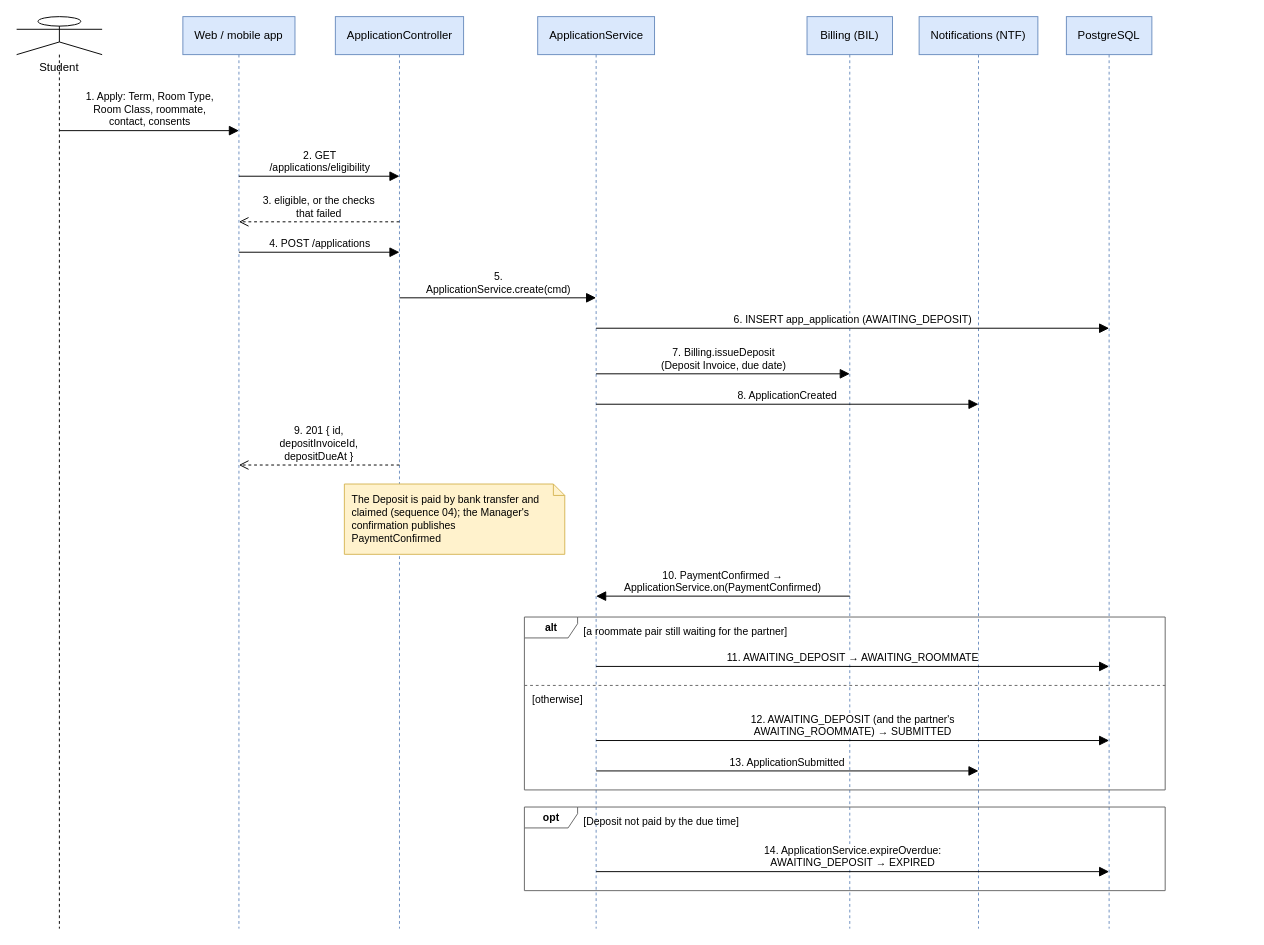
tisou47/CampusStay-FPT keeps this draw.io diagram as docs/Diagrams/07_Sequence/seq-02-apply-with-deposit.drawio. Above is the earlier version. Source tidied: cells renumbered, new cells numbered last; positions are measured from the earlier drawing's top-left corner, leaving out a move shared by most shapes. Both pictures are drawn from the tidied source at 95%, with x=0, y=0 at pixel (16, 16).
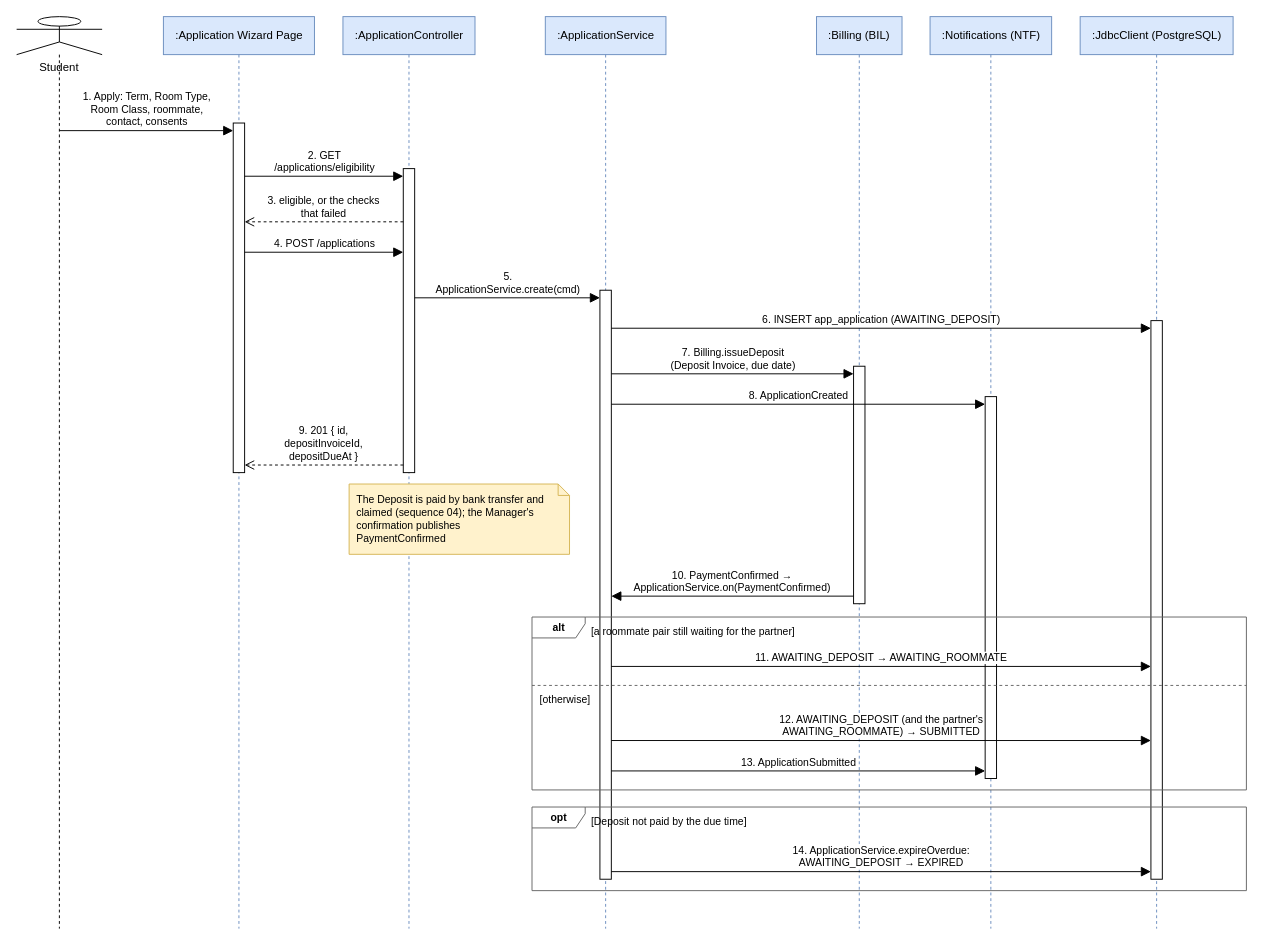
Above is the later version.

Diff of the diagram source:
```diff
@@
-    <mxCell id="3" value="Web / mobile app" style="shape=umlLifeline;perimeter=lifelinePerimeter;size=40;html=1;whiteSpace=wrap;fontSize=12;fontFamily=Helvetica;fillColor=#dae8fc;strokeColor=#6c8ebf;" parent="1" vertex="1">
-      <mxGeometry x="175" width="118" height="960" as="geometry" />
-    </mxCell>
+    <mxCell id="30" value=":Application Wizard Page" style="shape=umlLifeline;perimeter=lifelinePerimeter;size=40;html=1;whiteSpace=wrap;fontSize=12;fontFamily=Helvetica;fillColor=#dae8fc;strokeColor=#6c8ebf;" parent="1" vertex="1">
+      <mxGeometry x="154.5" width="159" height="960" as="geometry" />
+    </mxCell>
-    <mxCell id="4" value="ApplicationController" style="shape=umlLifeline;perimeter=lifelinePerimeter;size=40;html=1;whiteSpace=wrap;fontSize=12;fontFamily=Helvetica;fillColor=#dae8fc;strokeColor=#6c8ebf;" parent="1" vertex="1">
-      <mxGeometry x="335.5" width="135" height="960" as="geometry" />
+    <mxCell id="4" value=":ApplicationController" style="shape=umlLifeline;perimeter=lifelinePerimeter;size=40;html=1;whiteSpace=wrap;fontSize=12;fontFamily=Helvetica;fillColor=#dae8fc;strokeColor=#6c8ebf;" parent="1" vertex="1">
+      <mxGeometry x="343.5" width="139" height="960" as="geometry" />
     </mxCell>
-    <mxCell id="5" value="ApplicationService" style="shape=umlLifeline;perimeter=lifelinePerimeter;size=40;html=1;whiteSpace=wrap;fontSize=12;fontFamily=Helvetica;fillColor=#dae8fc;strokeColor=#6c8ebf;" parent="1" vertex="1">
-      <mxGeometry x="548.5" width="123" height="960" as="geometry" />
+    <mxCell id="5" value=":ApplicationService" style="shape=umlLifeline;perimeter=lifelinePerimeter;size=40;html=1;whiteSpace=wrap;fontSize=12;fontFamily=Helvetica;fillColor=#dae8fc;strokeColor=#6c8ebf;" parent="1" vertex="1">
+      <mxGeometry x="556.5" width="127" height="960" as="geometry" />
     </mxCell>
-    <mxCell id="6" value="Billing (BIL)" style="shape=umlLifeline;perimeter=lifelinePerimeter;size=40;html=1;whiteSpace=wrap;fontSize=12;fontFamily=Helvetica;fillColor=#dae8fc;strokeColor=#6c8ebf;" parent="1" vertex="1">
-      <mxGeometry x="832" width="90" height="960" as="geometry" />
+    <mxCell id="6" value=":Billing (BIL)" style="shape=umlLifeline;perimeter=lifelinePerimeter;size=40;html=1;whiteSpace=wrap;fontSize=12;fontFamily=Helvetica;fillColor=#dae8fc;strokeColor=#6c8ebf;" parent="1" vertex="1">
+      <mxGeometry x="842" width="90" height="960" as="geometry" />
     </mxCell>
-    <mxCell id="7" value="Notifications (NTF)" style="shape=umlLifeline;perimeter=lifelinePerimeter;size=40;html=1;whiteSpace=wrap;fontSize=12;fontFamily=Helvetica;fillColor=#dae8fc;strokeColor=#6c8ebf;" parent="1" vertex="1">
-      <mxGeometry x="950" width="125" height="960" as="geometry" />
+    <mxCell id="7" value=":Notifications (NTF)" style="shape=umlLifeline;perimeter=lifelinePerimeter;size=40;html=1;whiteSpace=wrap;fontSize=12;fontFamily=Helvetica;fillColor=#dae8fc;strokeColor=#6c8ebf;" parent="1" vertex="1">
+      <mxGeometry x="961.5" width="128" height="960" as="geometry" />
     </mxCell>
-    <mxCell id="8" value="PostgreSQL" style="shape=umlLifeline;perimeter=lifelinePerimeter;size=40;html=1;whiteSpace=wrap;fontSize=12;fontFamily=Helvetica;fillColor=#dae8fc;strokeColor=#6c8ebf;" parent="1" vertex="1">
-      <mxGeometry x="1105" width="90" height="960" as="geometry" />
+    <mxCell id="8" value=":JdbcClient (PostgreSQL)" style="shape=umlLifeline;perimeter=lifelinePerimeter;size=40;html=1;whiteSpace=wrap;fontSize=12;fontFamily=Helvetica;fillColor=#dae8fc;strokeColor=#6c8ebf;" parent="1" vertex="1">
+      <mxGeometry x="1119.5" width="161" height="960" as="geometry" />
     </mxCell>
-    <mxCell id="9" value="1. Apply: Term, Room Type,&lt;br&gt;Room Class, roommate,&lt;br&gt;contact, consents" style="html=1;rounded=1;fontSize=11;fontFamily=Helvetica;labelBackgroundColor=#ffffff;verticalAlign=bottom;endArrow=block;endFill=1;endSize=8;" parent="1" edge="1">
-      <mxGeometry relative="1" as="geometry">
-        <mxPoint x="45" y="120" as="sourcePoint" />
-        <mxPoint x="234" y="120" as="targetPoint" />
-      </mxGeometry>
+    <mxCell id="9" style="rounded=0;whiteSpace=wrap;html=1;fillColor=#FFFFFF;strokeColor=#000000;" parent="1" vertex="1">
+      <mxGeometry x="228" y="112" width="12" height="368" as="geometry" />
     </mxCell>
-    <mxCell id="10" value="2. GET&lt;br&gt;/applications/eligibility" style="html=1;rounded=1;fontSize=11;fontFamily=Helvetica;labelBackgroundColor=#ffffff;verticalAlign=bottom;endArrow=block;endFill=1;endSize=8;" parent="1" edge="1">
-      <mxGeometry relative="1" as="geometry">
-        <mxPoint x="234" y="168" as="sourcePoint" />
-        <mxPoint x="403" y="168" as="targetPoint" />
-      </mxGeometry>
+    <mxCell id="10" style="rounded=0;whiteSpace=wrap;html=1;fillColor=#FFFFFF;strokeColor=#000000;" parent="1" vertex="1">
+      <mxGeometry x="407" y="160" width="12" height="320" as="geometry" />
     </mxCell>
-    <mxCell id="11" value="3. eligible, or the checks&lt;br&gt;that failed" style="html=1;rounded=1;fontSize=11;fontFamily=Helvetica;labelBackgroundColor=#ffffff;verticalAlign=bottom;dashed=1;endArrow=open;endFill=0;endSize=8;" parent="1" edge="1">
-      <mxGeometry relative="1" as="geometry">
-        <mxPoint x="403" y="216" as="sourcePoint" />
-        <mxPoint x="234" y="216" as="targetPoint" />
-      </mxGeometry>
+    <mxCell id="11" style="rounded=0;whiteSpace=wrap;html=1;fillColor=#FFFFFF;strokeColor=#000000;" parent="1" vertex="1">
+      <mxGeometry x="614" y="288" width="12" height="620" as="geometry" />
     </mxCell>
-    <mxCell id="12" value="4. POST /applications" style="html=1;rounded=1;fontSize=11;fontFamily=Helvetica;labelBackgroundColor=#ffffff;verticalAlign=bottom;endArrow=block;endFill=1;endSize=8;" parent="1" edge="1">
-      <mxGeometry relative="1" as="geometry">
-        <mxPoint x="234" y="248" as="sourcePoint" />
-        <mxPoint x="403" y="248" as="targetPoint" />
-      </mxGeometry>
+    <mxCell id="12" style="rounded=0;whiteSpace=wrap;html=1;fillColor=#FFFFFF;strokeColor=#000000;" parent="1" vertex="1">
+      <mxGeometry x="1194" y="320" width="12" height="588" as="geometry" />
     </mxCell>
-    <mxCell id="13" value="5.&lt;br&gt;ApplicationService.create(cmd)" style="html=1;rounded=1;fontSize=11;fontFamily=Helvetica;labelBackgroundColor=#ffffff;verticalAlign=bottom;endArrow=block;endFill=1;endSize=8;" parent="1" edge="1">
-      <mxGeometry relative="1" as="geometry">
-        <mxPoint x="403" y="296" as="sourcePoint" />
-        <mxPoint x="610" y="296" as="targetPoint" />
-      </mxGeometry>
+    <mxCell id="13" style="rounded=0;whiteSpace=wrap;html=1;fillColor=#FFFFFF;strokeColor=#000000;" parent="1" vertex="1">
+      <mxGeometry x="881" y="368" width="12" height="250" as="geometry" />
     </mxCell>
-    <mxCell id="14" value="6. INSERT app_application (AWAITING_DEPOSIT)" style="html=1;rounded=1;fontSize=11;fontFamily=Helvetica;labelBackgroundColor=#ffffff;verticalAlign=bottom;endArrow=block;endFill=1;endSize=8;" parent="1" edge="1">
-      <mxGeometry relative="1" as="geometry">
-        <mxPoint x="610" y="328" as="sourcePoint" />
-        <mxPoint x="1150" y="328" as="targetPoint" />
-      </mxGeometry>
+    <mxCell id="14" style="rounded=0;whiteSpace=wrap;html=1;fillColor=#FFFFFF;strokeColor=#000000;" parent="1" vertex="1">
+      <mxGeometry x="1019.5" y="400" width="12" height="402" as="geometry" />
     </mxCell>
-    <mxCell id="15" value="7. Billing.issueDeposit&lt;br&gt;(Deposit Invoice, due date)" style="html=1;rounded=1;fontSize=11;fontFamily=Helvetica;labelBackgroundColor=#ffffff;verticalAlign=bottom;endArrow=block;endFill=1;endSize=8;" parent="1" edge="1">
+    <mxCell id="15" value="1. Apply: Term, Room Type,&lt;br&gt;Room Class, roommate,&lt;br&gt;contact, consents" style="html=1;rounded=1;fontSize=11;fontFamily=Helvetica;labelBackgroundColor=#ffffff;verticalAlign=bottom;endArrow=block;endFill=1;endSize=8;" parent="1" edge="1">
       <mxGeometry relative="1" as="geometry">
-        <mxPoint x="610" y="376" as="sourcePoint" />
-        <mxPoint x="877" y="376" as="targetPoint" />
+        <mxPoint x="45" y="120" as="sourcePoint" />
+        <mxPoint x="228" y="120" as="targetPoint" />
       </mxGeometry>
     </mxCell>
-    <mxCell id="16" value="8. ApplicationCreated" style="html=1;rounded=1;fontSize=11;fontFamily=Helvetica;labelBackgroundColor=#ffffff;verticalAlign=bottom;endArrow=block;endFill=1;endSize=8;" parent="1" edge="1">
+    <mxCell id="16" value="2. GET&lt;br&gt;/applications/eligibility" style="html=1;rounded=1;fontSize=11;fontFamily=Helvetica;labelBackgroundColor=#ffffff;verticalAlign=bottom;endArrow=block;endFill=1;endSize=8;" parent="1" edge="1">
       <mxGeometry relative="1" as="geometry">
-        <mxPoint x="610" y="408" as="sourcePoint" />
-        <mxPoint x="1012.5" y="408" as="targetPoint" />
+        <mxPoint x="240" y="168" as="sourcePoint" />
+        <mxPoint x="407" y="168" as="targetPoint" />
       </mxGeometry>
     </mxCell>
-    <mxCell id="17" value="9. 201 { id,&lt;br&gt;depositInvoiceId,&lt;br&gt;depositDueAt }" style="html=1;rounded=1;fontSize=11;fontFamily=Helvetica;labelBackgroundColor=#ffffff;verticalAlign=bottom;dashed=1;endArrow=open;endFill=0;endSize=8;" parent="1" edge="1">
+    <mxCell id="17" value="3. eligible, or the checks&lt;br&gt;that failed" style="html=1;rounded=1;fontSize=11;fontFamily=Helvetica;labelBackgroundColor=#ffffff;verticalAlign=bottom;dashed=1;endArrow=open;endFill=0;endSize=8;" parent="1" edge="1">
       <mxGeometry relative="1" as="geometry">
-        <mxPoint x="403" y="472" as="sourcePoint" />
-        <mxPoint x="234" y="472" as="targetPoint" />
+        <mxPoint x="407" y="216" as="sourcePoint" />
+        <mxPoint x="240" y="216" as="targetPoint" />
       </mxGeometry>
     </mxCell>
-    <mxCell id="18" value="The Deposit is paid by bank transfer and&lt;br&gt;claimed (sequence 04); the Manager's&lt;br&gt;confirmation publishes&lt;br&gt;PaymentConfirmed" style="shape=note;size=12;html=1;whiteSpace=wrap;fontSize=12;fontFamily=Helvetica;fillColor=#fff2cc;strokeColor=#d6b656;fontSize=11;align=left;spacingLeft=6;" parent="1" vertex="1">
-      <mxGeometry x="345" y="492" width="232" height="74" as="geometry" />
+    <mxCell id="18" value="4. POST /applications" style="html=1;rounded=1;fontSize=11;fontFamily=Helvetica;labelBackgroundColor=#ffffff;verticalAlign=bottom;endArrow=block;endFill=1;endSize=8;" parent="1" edge="1">
+      <mxGeometry relative="1" as="geometry">
+        <mxPoint x="240" y="248" as="sourcePoint" />
+        <mxPoint x="407" y="248" as="targetPoint" />
+      </mxGeometry>
     </mxCell>
-    <mxCell id="19" value="10. PaymentConfirmed →&lt;br&gt;ApplicationService.on(PaymentConfirmed)" style="html=1;rounded=1;fontSize=11;fontFamily=Helvetica;labelBackgroundColor=#ffffff;verticalAlign=bottom;endArrow=block;endFill=1;endSize=8;" parent="1" edge="1">
+    <mxCell id="19" value="5.&lt;br&gt;ApplicationService.create(cmd)" style="html=1;rounded=1;fontSize=11;fontFamily=Helvetica;labelBackgroundColor=#ffffff;verticalAlign=bottom;endArrow=block;endFill=1;endSize=8;" parent="1" edge="1">
       <mxGeometry relative="1" as="geometry">
-        <mxPoint x="877" y="610" as="sourcePoint" />
-        <mxPoint x="610" y="610" as="targetPoint" />
+        <mxPoint x="419" y="296" as="sourcePoint" />
+        <mxPoint x="614" y="296" as="targetPoint" />
       </mxGeometry>
     </mxCell>
-    <mxCell id="20" value="11. AWAITING_DEPOSIT → AWAITING_ROOMMATE" style="html=1;rounded=1;fontSize=11;fontFamily=Helvetica;labelBackgroundColor=#ffffff;verticalAlign=bottom;endArrow=block;endFill=1;endSize=8;" parent="1" edge="1">
+    <mxCell id="20" value="6. INSERT app_application (AWAITING_DEPOSIT)" style="html=1;rounded=1;fontSize=11;fontFamily=Helvetica;labelBackgroundColor=#ffffff;verticalAlign=bottom;endArrow=block;endFill=1;endSize=8;" parent="1" edge="1">
       <mxGeometry relative="1" as="geometry">
-        <mxPoint x="610" y="684" as="sourcePoint" />
-        <mxPoint x="1150" y="684" as="targetPoint" />
+        <mxPoint x="626" y="328" as="sourcePoint" />
+        <mxPoint x="1194" y="328" as="targetPoint" />
       </mxGeometry>
     </mxCell>
-    <mxCell id="21" value="12. AWAITING_DEPOSIT (and the partner's&lt;br&gt;AWAITING_ROOMMATE) → SUBMITTED" style="html=1;rounded=1;fontSize=11;fontFamily=Helvetica;labelBackgroundColor=#ffffff;verticalAlign=bottom;endArrow=block;endFill=1;endSize=8;" parent="1" edge="1">
+    <mxCell id="21" value="7. Billing.issueDeposit&lt;br&gt;(Deposit Invoice, due date)" style="html=1;rounded=1;fontSize=11;fontFamily=Helvetica;labelBackgroundColor=#ffffff;verticalAlign=bottom;endArrow=block;endFill=1;endSize=8;" parent="1" edge="1">
       <mxGeometry relative="1" as="geometry">
-        <mxPoint x="610" y="762" as="sourcePoint" />
-        <mxPoint x="1150" y="762" as="targetPoint" />
+        <mxPoint x="626" y="376" as="sourcePoint" />
+        <mxPoint x="881" y="376" as="targetPoint" />
       </mxGeometry>
     </mxCell>
-    <mxCell id="22" value="13. ApplicationSubmitted" style="html=1;rounded=1;fontSize=11;fontFamily=Helvetica;labelBackgroundColor=#ffffff;verticalAlign=bottom;endArrow=block;endFill=1;endSize=8;" parent="1" edge="1">
+    <mxCell id="22" value="8. ApplicationCreated" style="html=1;rounded=1;fontSize=11;fontFamily=Helvetica;labelBackgroundColor=#ffffff;verticalAlign=bottom;endArrow=block;endFill=1;endSize=8;" parent="1" edge="1">
       <mxGeometry relative="1" as="geometry">
-        <mxPoint x="610" y="794" as="sourcePoint" />
-        <mxPoint x="1012.5" y="794" as="targetPoint" />
+        <mxPoint x="626" y="408" as="sourcePoint" />
+        <mxPoint x="1019.5" y="408" as="targetPoint" />
       </mxGeometry>
     </mxCell>
-    <mxCell id="23" value="alt" style="shape=umlFrame;whiteSpace=wrap;html=1;width=56;height=22;fontSize=11;fontStyle=1;fillColor=none;strokeColor=#666666;" parent="1" vertex="1">
-      <mxGeometry x="534.5" y="632" width="674.5" height="182" as="geometry" />
+    <mxCell id="23" value="9. 201 { id,&lt;br&gt;depositInvoiceId,&lt;br&gt;depositDueAt }" style="html=1;rounded=1;fontSize=11;fontFamily=Helvetica;labelBackgroundColor=#ffffff;verticalAlign=bottom;dashed=1;endArrow=open;endFill=0;endSize=8;" parent="1" edge="1">
+      <mxGeometry relative="1" as="geometry">
+        <mxPoint x="407" y="472" as="sourcePoint" />
+        <mxPoint x="240" y="472" as="targetPoint" />
+      </mxGeometry>
     </mxCell>
-    <mxCell id="24" value="[a roommate pair still waiting for the partner]" style="text;html=1;whiteSpace=wrap;fontSize=12;fontFamily=Helvetica;align=left;verticalAlign=top;fillColor=none;strokeColor=none;fontSize=11;" parent="1" vertex="1">
-      <mxGeometry x="594.5" y="634" width="257.4" height="20" as="geometry" />
+    <mxCell id="24" value="The Deposit is paid by bank transfer and&lt;br&gt;claimed (sequence 04); the Manager's&lt;br&gt;confirmation publishes&lt;br&gt;PaymentConfirmed" style="shape=note;size=12;html=1;whiteSpace=wrap;fontSize=12;fontFamily=Helvetica;fillColor=#fff2cc;strokeColor=#d6b656;fontSize=11;align=left;spacingLeft=6;" parent="1" vertex="1">
+      <mxGeometry x="350" y="492" width="232" height="74" as="geometry" />
     </mxCell>
-    <mxCell id="25" style="html=1;rounded=1;fontSize=11;fontFamily=Helvetica;labelBackgroundColor=#ffffff;endArrow=none;dashed=1;strokeColor=#666666;" parent="1" edge="1">
+    <mxCell id="25" value="10. PaymentConfirmed →&lt;br&gt;ApplicationService.on(PaymentConfirmed)" style="html=1;rounded=1;fontSize=11;fontFamily=Helvetica;labelBackgroundColor=#ffffff;verticalAlign=bottom;endArrow=block;endFill=1;endSize=8;" parent="1" edge="1">
       <mxGeometry relative="1" as="geometry">
-        <mxPoint x="534.5" y="704" as="sourcePoint" />
-        <mxPoint x="1209" y="704" as="targetPoint" />
+        <mxPoint x="881" y="610" as="sourcePoint" />
+        <mxPoint x="626" y="610" as="targetPoint" />
       </mxGeometry>
     </mxCell>
-    <mxCell id="26" value="[otherwise]" style="text;html=1;whiteSpace=wrap;fontSize=12;fontFamily=Helvetica;align=left;verticalAlign=top;fillColor=none;strokeColor=none;fontSize=11;" parent="1" vertex="1">
-      <mxGeometry x="540.5" y="706" width="81.4" height="20" as="geometry" />
+    <mxCell id="26" value="11. AWAITING_DEPOSIT → AWAITING_ROOMMATE" style="html=1;rounded=1;fontSize=11;fontFamily=Helvetica;labelBackgroundColor=#ffffff;verticalAlign=bottom;endArrow=block;endFill=1;endSize=8;" parent="1" edge="1">
+      <mxGeometry relative="1" as="geometry">
+        <mxPoint x="626" y="684" as="sourcePoint" />
+        <mxPoint x="1194" y="684" as="targetPoint" />
+      </mxGeometry>
     </mxCell>
-    <mxCell id="27" value="14. ApplicationService.expireOverdue:&lt;br&gt;AWAITING_DEPOSIT → EXPIRED" style="html=1;rounded=1;fontSize=11;fontFamily=Helvetica;labelBackgroundColor=#ffffff;verticalAlign=bottom;endArrow=block;endFill=1;endSize=8;" parent="1" edge="1">
+    <mxCell id="27" value="12. AWAITING_DEPOSIT (and the partner's&lt;br&gt;AWAITING_ROOMMATE) → SUBMITTED" style="html=1;rounded=1;fontSize=11;fontFamily=Helvetica;labelBackgroundColor=#ffffff;verticalAlign=bottom;endArrow=block;endFill=1;endSize=8;" parent="1" edge="1">
       <mxGeometry relative="1" as="geometry">
-        <mxPoint x="610" y="900" as="sourcePoint" />
-        <mxPoint x="1150" y="900" as="targetPoint" />
+        <mxPoint x="626" y="762" as="sourcePoint" />
+        <mxPoint x="1194" y="762" as="targetPoint" />
       </mxGeometry>
     </mxCell>
-    <mxCell id="28" value="opt" style="shape=umlFrame;whiteSpace=wrap;html=1;width=56;height=22;fontSize=11;fontStyle=1;fillColor=none;strokeColor=#666666;" parent="1" vertex="1">
-      <mxGeometry x="534.5" y="832" width="674.5" height="88" as="geometry" />
+    <mxCell id="28" value="13. ApplicationSubmitted" style="html=1;rounded=1;fontSize=11;fontFamily=Helvetica;labelBackgroundColor=#ffffff;verticalAlign=bottom;endArrow=block;endFill=1;endSize=8;" parent="1" edge="1">
+      <mxGeometry relative="1" as="geometry">
+        <mxPoint x="626" y="794" as="sourcePoint" />
+        <mxPoint x="1019.5" y="794" as="targetPoint" />
+      </mxGeometry>
     </mxCell>
-    <mxCell id="29" value="[Deposit not paid by the due time]" style="text;html=1;whiteSpace=wrap;fontSize=12;fontFamily=Helvetica;align=left;verticalAlign=top;fillColor=none;strokeColor=none;fontSize=11;" parent="1" vertex="1">
-      <mxGeometry x="594.5" y="834" width="202.1" height="20" as="geometry" />
+    <mxCell id="29" value="alt" style="shape=umlFrame;whiteSpace=wrap;html=1;width=56;height=22;fontSize=11;fontStyle=1;fillColor=none;strokeColor=#666666;" parent="1" vertex="1">
+      <mxGeometry x="542.5" y="632" width="752" height="182" as="geometry" />
     </mxCell>
+    <mxCell id="31" value="[a roommate pair still waiting for the partner]" style="text;html=1;whiteSpace=wrap;fontSize=12;fontFamily=Helvetica;align=left;verticalAlign=top;fillColor=none;strokeColor=none;fontSize=11;" parent="1" vertex="1">
+      <mxGeometry x="602.5" y="634" width="257.4" height="20" as="geometry" />
+    </mxCell>
+    <mxCell id="32" style="html=1;rounded=1;fontSize=11;fontFamily=Helvetica;labelBackgroundColor=#ffffff;endArrow=none;dashed=1;strokeColor=#666666;" parent="1" edge="1">
+      <mxGeometry relative="1" as="geometry">
+        <mxPoint x="542.5" y="704" as="sourcePoint" />
+        <mxPoint x="1294.5" y="704" as="targetPoint" />
+      </mxGeometry>
+    </mxCell>
+    <mxCell id="33" value="[otherwise]" style="text;html=1;whiteSpace=wrap;fontSize=12;fontFamily=Helvetica;align=left;verticalAlign=top;fillColor=none;strokeColor=none;fontSize=11;" parent="1" vertex="1">
+      <mxGeometry x="548.5" y="706" width="81.4" height="20" as="geometry" />
+    </mxCell>
+    <mxCell id="34" value="14. ApplicationService.expireOverdue:&lt;br&gt;AWAITING_DEPOSIT → EXPIRED" style="html=1;rounded=1;fontSize=11;fontFamily=Helvetica;labelBackgroundColor=#ffffff;verticalAlign=bottom;endArrow=block;endFill=1;endSize=8;" parent="1" edge="1">
+      <mxGeometry relative="1" as="geometry">
+        <mxPoint x="626" y="900" as="sourcePoint" />
+        <mxPoint x="1194" y="900" as="targetPoint" />
+      </mxGeometry>
+    </mxCell>
+    <mxCell id="35" value="opt" style="shape=umlFrame;whiteSpace=wrap;html=1;width=56;height=22;fontSize=11;fontStyle=1;fillColor=none;strokeColor=#666666;" parent="1" vertex="1">
+      <mxGeometry x="542.5" y="832" width="752" height="88" as="geometry" />
+    </mxCell>
+    <mxCell id="36" value="[Deposit not paid by the due time]" style="text;html=1;whiteSpace=wrap;fontSize=12;fontFamily=Helvetica;align=left;verticalAlign=top;fillColor=none;strokeColor=none;fontSize=11;" parent="1" vertex="1">
+      <mxGeometry x="602.5" y="834" width="202.1" height="20" as="geometry" />
+    </mxCell>
```
